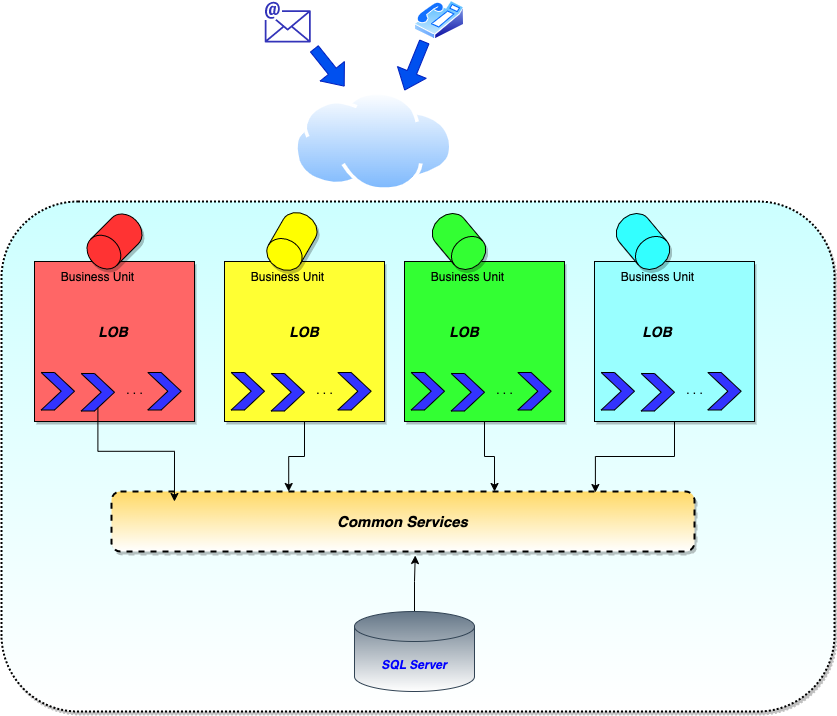
The draw.io diagram resources/images/bu.png in hanyg/gitdemo, before a commit. Source tidied: cells renumbered, new cells last; positions are measured from the earlier drawing's top-left corner, leaving out a move shared by most shapes.
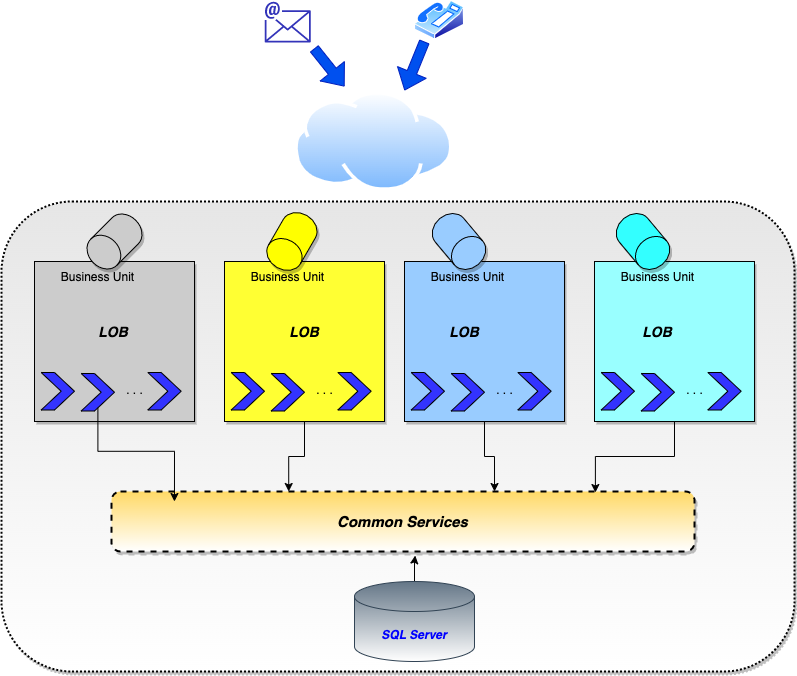
The same diagram one commit later.

Diff of the diagram source:
```diff
@@ -2,13 +2,13 @@
   <root>
     <mxCell id="0" />
     <mxCell id="1" parent="0" />
-    <mxCell id="2" style="rounded=1;whiteSpace=wrap;html=1;shadow=1;glass=0;dashed=1;sketch=0;strokeWidth=2;gradientColor=#ffffff;fillColor=#CCFFFF;dashPattern=1 1;" parent="1" vertex="1">
-      <mxGeometry y="201" width="833" height="510" as="geometry" />
+    <mxCell id="2" style="rounded=1;whiteSpace=wrap;html=1;shadow=1;glass=0;dashed=1;sketch=0;strokeWidth=2;gradientColor=#ffffff;dashPattern=1 1;fillColor=#E6E6E6;" parent="1" vertex="1">
+      <mxGeometry y="201" width="793" height="470" as="geometry" />
     </mxCell>
-    <mxCell id="3" style="group;fillColor=#3399FF;shadow=1;sketch=0;" parent="1" vertex="1">
+    <mxCell id="3" style="group;shadow=1;sketch=0;fillColor=#CCCCCC;" parent="1" vertex="1">
       <mxGeometry x="33" y="261" width="160" height="160" as="geometry" />
     </mxCell>
-    <mxCell id="4" style="whiteSpace=wrap;html=1;align=left;fillColor=#FF6666;" parent="3" vertex="1">
+    <mxCell id="4" style="whiteSpace=wrap;html=1;align=left;fillColor=#CCCCCC;" parent="3" vertex="1">
       <mxGeometry width="160" height="160" as="geometry" />
     </mxCell>
     <mxCell id="5" style="shape=step;perimeter=stepPerimeter;whiteSpace=wrap;html=1;fixedSize=1;fillColor=#3333FF;" parent="3" vertex="1">
@@ -53,10 +53,10 @@
     <mxCell id="18" value="&lt;b&gt;&lt;i&gt;&lt;font style=&quot;font-size: 14px&quot;&gt;LOB&lt;/font&gt;&lt;/i&gt;&lt;/b&gt;" style="text;html=1;strokeColor=none;fillColor=none;align=center;verticalAlign=middle;whiteSpace=wrap;rounded=0;shadow=1;glass=0;dashed=1;sketch=0;" parent="11" vertex="1">
       <mxGeometry x="60" y="60" width="40" height="20" as="geometry" />
     </mxCell>
-    <mxCell id="19" style="group;fillColor=#33FF33;shadow=1;sketch=0;" parent="1" vertex="1">
+    <mxCell id="19" style="group;shadow=1;sketch=0;fillColor=#99CCFF;" parent="1" vertex="1">
       <mxGeometry x="403" y="261" width="160" height="160" as="geometry" />
     </mxCell>
-    <mxCell id="20" style="whiteSpace=wrap;html=1;align=left;fillColor=#33FF33;" parent="19" vertex="1">
+    <mxCell id="20" style="whiteSpace=wrap;html=1;align=left;fillColor=#99CCFF;" parent="19" vertex="1">
       <mxGeometry width="160" height="160" as="geometry" />
     </mxCell>
     <mxCell id="21" style="shape=step;perimeter=stepPerimeter;whiteSpace=wrap;html=1;fixedSize=1;fillColor=#3333FF;" parent="19" vertex="1">
@@ -105,7 +105,7 @@
       <mxGeometry relative="1" as="geometry" />
     </mxCell>
     <mxCell id="36" value="&lt;i&gt;&lt;b&gt;&lt;font color=&quot;#0000ff&quot;&gt;SQL Server&lt;/font&gt;&lt;/b&gt;&lt;/i&gt;" style="shape=cylinder3;whiteSpace=wrap;html=1;boundedLbl=1;backgroundOutline=1;size=15;fillColor=#647687;strokeColor=#314354;fontColor=#ffffff;gradientColor=#ffffff;" parent="1" vertex="1">
-      <mxGeometry x="353" y="611" width="120" height="80" as="geometry" />
+      <mxGeometry x="353" y="581" width="120" height="80" as="geometry" />
     </mxCell>
     <mxCell id="37" value="&lt;i&gt;&lt;b&gt;&lt;font style=&quot;font-size: 15px&quot;&gt;Common Services&lt;/font&gt;&lt;/b&gt;&lt;/i&gt;" style="rounded=1;whiteSpace=wrap;html=1;fillColor=#FFD966;gradientColor=#ffffff;dashed=1;strokeWidth=2;shadow=1;sketch=0;glass=0;" parent="1" vertex="1">
       <mxGeometry x="110" y="491" width="583" height="60" as="geometry" />
@@ -122,13 +122,13 @@
     <mxCell id="41" style="edgeStyle=orthogonalEdgeStyle;rounded=0;jettySize=auto;html=1;entryX=0.83;entryY=0.017;entryDx=0;entryDy=0;entryPerimeter=0;" parent="1" edge="1" source="28" target="37">
       <mxGeometry relative="1" as="geometry" />
     </mxCell>
-    <mxCell id="42" style="shape=cylinder3;whiteSpace=wrap;html=1;boundedLbl=1;backgroundOutline=1;size=15;rotation=-135;fillColor=#FF3333;shadow=1;sketch=0;" parent="1" vertex="1">
+    <mxCell id="42" style="shape=cylinder3;whiteSpace=wrap;html=1;boundedLbl=1;backgroundOutline=1;size=15;rotation=-135;shadow=1;sketch=0;fillColor=#CCCCCC;" parent="1" vertex="1">
       <mxGeometry x="94.5" y="211" width="37" height="60" as="geometry" />
     </mxCell>
     <mxCell id="43" style="shape=cylinder3;whiteSpace=wrap;html=1;boundedLbl=1;backgroundOutline=1;size=15;rotation=-150;fillColor=#FFFF00;shadow=1;sketch=0;" parent="1" vertex="1">
       <mxGeometry x="271.9" y="211" width="37" height="60" as="geometry" />
     </mxCell>
-    <mxCell id="44" style="shape=cylinder3;whiteSpace=wrap;html=1;boundedLbl=1;backgroundOutline=1;size=15;rotation=140;fillColor=#33FF33;shadow=1;sketch=0;" parent="1" vertex="1">
+    <mxCell id="44" style="shape=cylinder3;whiteSpace=wrap;html=1;boundedLbl=1;backgroundOutline=1;size=15;rotation=140;shadow=1;sketch=0;fillColor=#99CCFF;" parent="1" vertex="1">
       <mxGeometry x="439" y="211" width="37" height="60" as="geometry" />
     </mxCell>
     <mxCell id="45" style="shape=cylinder3;whiteSpace=wrap;html=1;boundedLbl=1;backgroundOutline=1;size=15;rotation=140;fillColor=#33FFFF;shadow=1;sketch=0;" parent="1" vertex="1">
```
